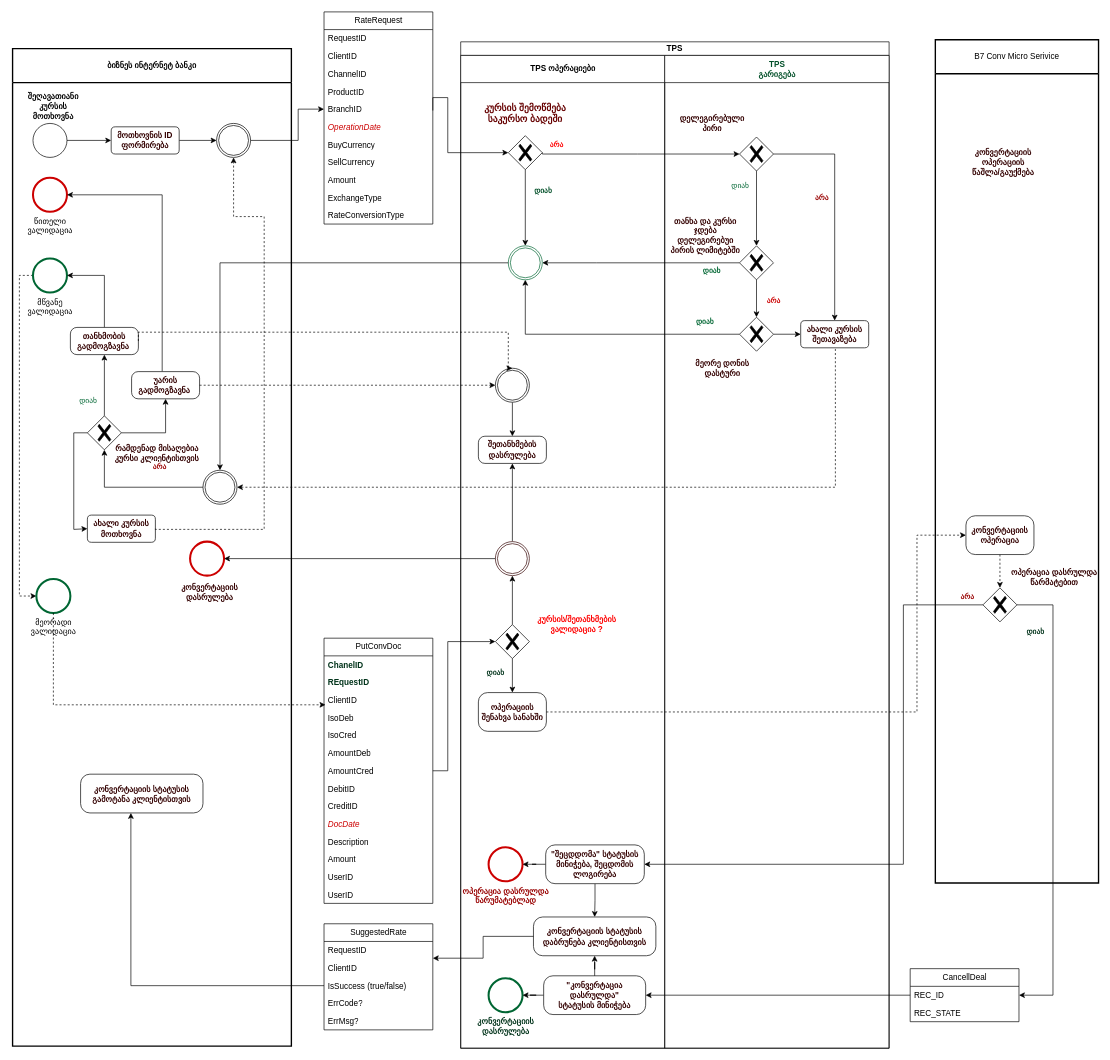
Above: page "შეღავათიანიi კურსზე შეთანხმება" (1 of 4) of RateDealProcessDiagram.drawio in vaso514d/drawio (draw.io), before the change. Source tidied: cells renumbered, new cells numbered last; positions are measured from the earlier drawing's top-left corner, leaving out a move shared by most shapes. Both pictures are drawn from the tidied source at 68%, with x=0, y=0 at pixel (12, 12).
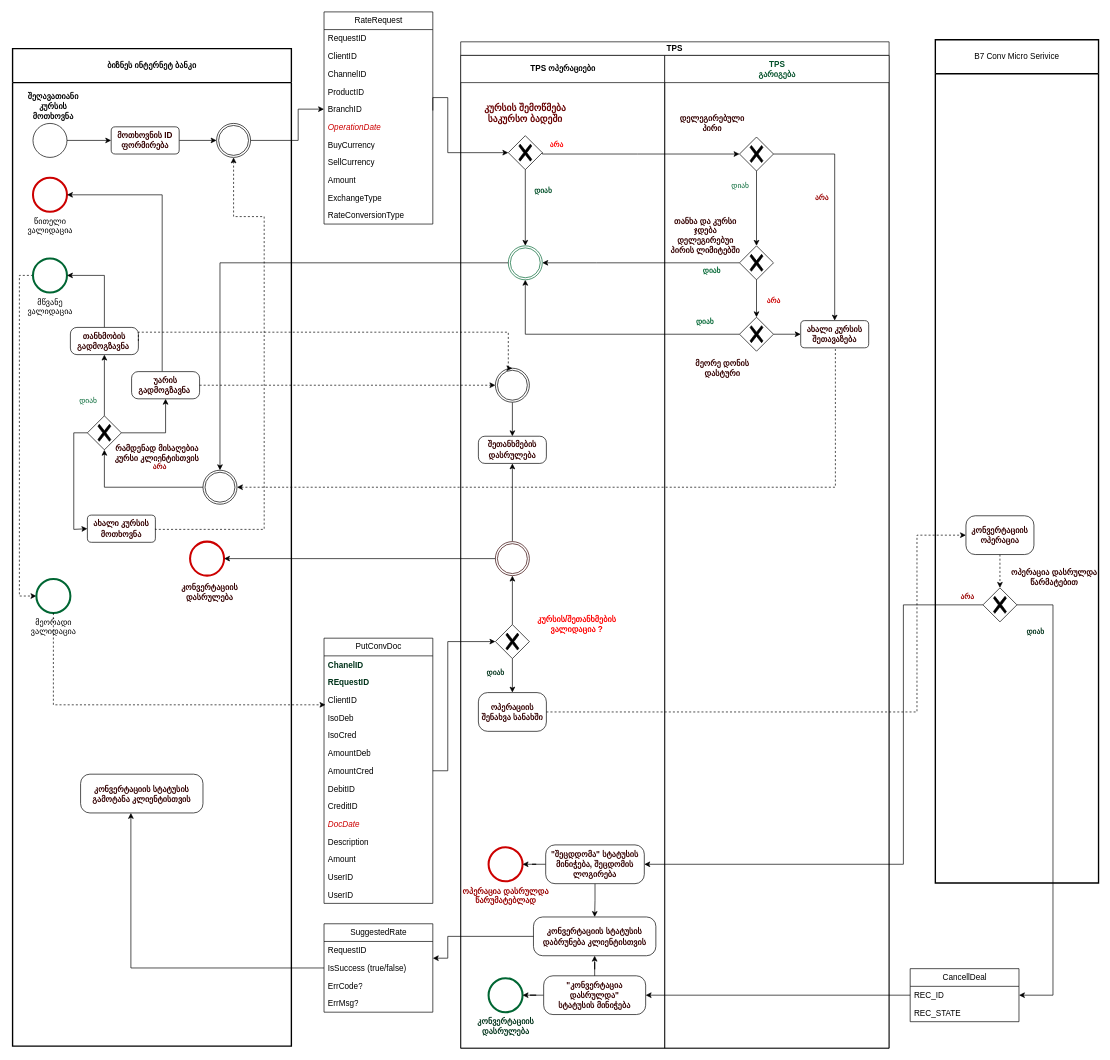
The same page after the edit.

Unchanged cells that the change refers to:
```xml
<mxCell id="59" value="&lt;b&gt;კონვერტაციის სტატუსის&lt;br&gt;დაბრუნება კლიენტისთვის&lt;br&gt;&lt;/b&gt;" style="rounded=1;whiteSpace=wrap;html=1;labelBackgroundColor=none;fontColor=#330000;arcSize=24;" parent="38" vertex="1">
  <mxGeometry x="107" y="1267" width="180" height="57" as="geometry" />
</mxCell>
<mxCell id="95" value="B7 Conv Micro Serivice" style="swimlane;html=1;startSize=50;fontStyle=0;horizontal=1;swimlaneLine=1;strokeWidth=2;swimlaneFillColor=#ffffff;whiteSpace=wrap;" parent="1" vertex="1">
  <mxGeometry x="1357" y="41" width="240" height="1240" as="geometry" />
</mxCell>
```

Change to the diagram source:
```diff
@@
-    <mxCell id="96" value="&lt;font color=&quot;#330000&quot;&gt;კონვერტაციის ოპერაციის&lt;br&gt;წაშლა/გაუქმება&lt;br&gt;&lt;/font&gt;" style="text;html=1;strokeColor=none;fillColor=none;align=center;verticalAlign=middle;whiteSpace=wrap;rounded=0;fontColor=#CC0000;fontStyle=1;" parent="95" vertex="1">
-      <mxGeometry x="40" y="160" width="120" height="40" as="geometry" />
-    </mxCell>
@@
     <mxCell id="123" value="SuggestedRate" style="swimlane;fontStyle=0;horizontal=1;startSize=26;fillColor=none;html=1;fontColor=#000000;" parent="1" vertex="1">
-      <mxGeometry x="458" y="1341" width="160" height="156" as="geometry" />
+      <mxGeometry x="458" y="1341" width="160" height="130" as="geometry" />
     </mxCell>
@@
-    <mxCell id="125" value="ClientID" style="text;strokeColor=none;fillColor=none;align=left;verticalAlign=top;spacingLeft=4;spacingRight=4;overflow=hidden;points=[[0,0.5],[1,0.5]];portConstraint=eastwest;whiteSpace=wrap;html=1;fontColor=#000000;" parent="123" vertex="1">
-      <mxGeometry y="52" width="160" height="26" as="geometry" />
-    </mxCell>
     <mxCell id="126" value="IsSuccess (true/false)" style="text;strokeColor=none;fillColor=none;align=left;verticalAlign=top;spacingLeft=4;spacingRight=4;overflow=hidden;points=[[0,0.5],[1,0.5]];portConstraint=eastwest;whiteSpace=wrap;html=1;fontColor=#000000;" parent="123" vertex="1">
-      <mxGeometry y="78" width="160" height="26" as="geometry" />
+      <mxGeometry y="52" width="160" height="26" as="geometry" />
     </mxCell>
     <mxCell id="127" value="ErrCode?" style="text;strokeColor=none;fillColor=none;align=left;verticalAlign=top;spacingLeft=4;spacingRight=4;overflow=hidden;whiteSpace=wrap;html=1;fontColor=#000000;" parent="123" vertex="1">
-      <mxGeometry y="104" width="160" height="26" as="geometry" />
+      <mxGeometry y="78" width="160" height="26" as="geometry" />
     </mxCell>
     <mxCell id="128" value="ErrMsg?" style="text;strokeColor=none;fillColor=none;align=left;verticalAlign=top;spacingLeft=4;spacingRight=4;overflow=hidden;whiteSpace=wrap;html=1;fontColor=#000000;" parent="123" vertex="1">
-      <mxGeometry y="130" width="160" height="26" as="geometry" />
+      <mxGeometry y="104" width="160" height="26" as="geometry" />
     </mxCell>
@@
-    <mxCell id="130" style="edgeStyle=orthogonalEdgeStyle;rounded=0;jettySize=auto;html=1;entryX=1;entryY=-0.054;entryDx=0;entryDy=0;entryPerimeter=0;fontColor=#990000;startArrow=none;startFill=0;endArrow=classic;endFill=1;exitX=0;exitY=0.5;exitDx=0;exitDy=0;" parent="1" edge="1" source="59" target="125">
-      <mxGeometry relative="1" as="geometry" />
+    <mxCell id="130" style="edgeStyle=orthogonalEdgeStyle;rounded=0;jettySize=auto;html=1;entryX=1;entryY=-0.054;entryDx=0;entryDy=0;entryPerimeter=0;fontColor=#990000;startArrow=none;startFill=0;endArrow=classic;endFill=1;exitX=0;exitY=0.5;exitDx=0;exitDy=0;" parent="1" edge="1" source="59">
+      <mxGeometry relative="1" as="geometry">
+        <mxPoint x="618" y="1391.6" as="targetPoint" />
+        <Array as="points">
+          <mxPoint x="640" y="1360" />
+          <mxPoint x="640" y="1392" />
+        </Array>
+      </mxGeometry>
     </mxCell>
```
